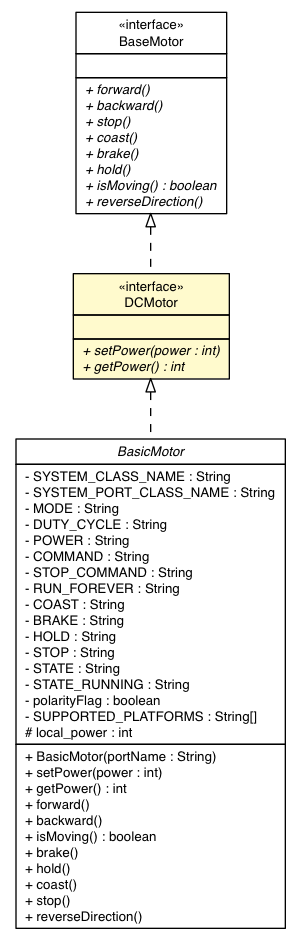
The Graphviz diagram docs/api/lejos/robotics/DCMotor.png in ev3dev-lang-java/ev3dev-lang-java, before a commit. Its source is kept beside it as docs/api/lejos/robotics/DCMotor.dot.
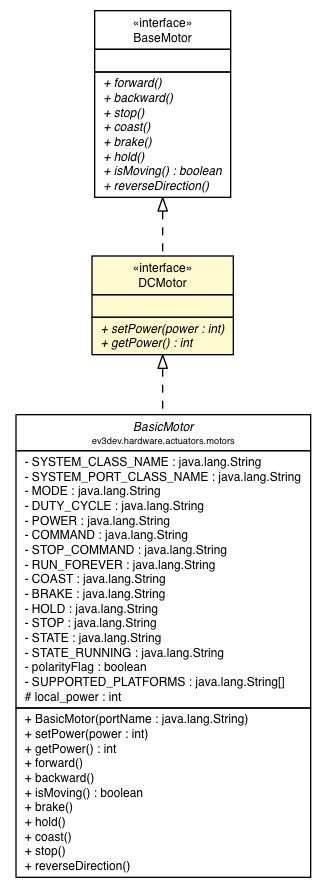
Later version of the same file.

Diff of the diagram source:
```diff
@@ -4,31 +4,32 @@
 	node [fontname="Helvetica",fontsize=10,shape=plaintext];
 	nodesep=0.25;
 	ranksep=0.5;
-	c1983 [label=<<table title="ev3dev.hardware.actuators.motors.BasicMotor" border="0" cellborder="1" cellspacing="0" cellpadding="2" port="p" href="../../ev3dev/hardware/actuators/motors/BasicMotor.html">
+	c1991 [label=<<table title="ev3dev.hardware.actuators.motors.BasicMotor" border="0" cellborder="1" cellspacing="0" cellpadding="2" port="p" href="../../ev3dev/hardware/actuators/motors/BasicMotor.html">
 		<tr><td><table border="0" cellspacing="0" cellpadding="1">
 <tr><td align="center" balign="center"><font face="Helvetica-Oblique"> BasicMotor </font></td></tr>
+<tr><td align="center" balign="center"><font point-size="7.0"> ev3dev.hardware.actuators.motors </font></td></tr>
 		</table></td></tr>
 		<tr><td><table border="0" cellspacing="0" cellpadding="1">
-<tr><td align="left" balign="left"> - SYSTEM_CLASS_NAME : String </td></tr>
-<tr><td align="left" balign="left"> - SYSTEM_PORT_CLASS_NAME : String </td></tr>
-<tr><td align="left" balign="left"> - MODE : String </td></tr>
-<tr><td align="left" balign="left"> - DUTY_CYCLE : String </td></tr>
-<tr><td align="left" balign="left"> - POWER : String </td></tr>
-<tr><td align="left" balign="left"> - COMMAND : String </td></tr>
-<tr><td align="left" balign="left"> - STOP_COMMAND : String </td></tr>
-<tr><td align="left" balign="left"> - RUN_FOREVER : String </td></tr>
-<tr><td align="left" balign="left"> - COAST : String </td></tr>
-<tr><td align="left" balign="left"> - BRAKE : String </td></tr>
-<tr><td align="left" balign="left"> - HOLD : String </td></tr>
-<tr><td align="left" balign="left"> - STOP : String </td></tr>
-<tr><td align="left" balign="left"> - STATE : String </td></tr>
-<tr><td align="left" balign="left"> - STATE_RUNNING : String </td></tr>
+<tr><td align="left" balign="left"> - SYSTEM_CLASS_NAME : java.lang.String </td></tr>
+<tr><td align="left" balign="left"> - SYSTEM_PORT_CLASS_NAME : java.lang.String </td></tr>
+<tr><td align="left" balign="left"> - MODE : java.lang.String </td></tr>
+<tr><td align="left" balign="left"> - DUTY_CYCLE : java.lang.String </td></tr>
+<tr><td align="left" balign="left"> - POWER : java.lang.String </td></tr>
+<tr><td align="left" balign="left"> - COMMAND : java.lang.String </td></tr>
+<tr><td align="left" balign="left"> - STOP_COMMAND : java.lang.String </td></tr>
+<tr><td align="left" balign="left"> - RUN_FOREVER : java.lang.String </td></tr>
+<tr><td align="left" balign="left"> - COAST : java.lang.String </td></tr>
+<tr><td align="left" balign="left"> - BRAKE : java.lang.String </td></tr>
+<tr><td align="left" balign="left"> - HOLD : java.lang.String </td></tr>
+<tr><td align="left" balign="left"> - STOP : java.lang.String </td></tr>
+<tr><td align="left" balign="left"> - STATE : java.lang.String </td></tr>
+<tr><td align="left" balign="left"> - STATE_RUNNING : java.lang.String </td></tr>
 <tr><td align="left" balign="left"> - polarityFlag : boolean </td></tr>
-<tr><td align="left" balign="left"> - SUPPORTED_PLATFORMS : String[] </td></tr>
+<tr><td align="left" balign="left"> - SUPPORTED_PLATFORMS : java.lang.String[] </td></tr>
 <tr><td align="left" balign="left"> # local_power : int </td></tr>
 		</table></td></tr>
 		<tr><td><table border="0" cellspacing="0" cellpadding="1">
-<tr><td align="left" balign="left"> + BasicMotor(portName : String) </td></tr>
+<tr><td align="left" balign="left"> + BasicMotor(portName : java.lang.String) </td></tr>
 <tr><td align="left" balign="left"> + setPower(power : int) </td></tr>
 <tr><td align="left" balign="left"> + getPower() : int </td></tr>
 <tr><td align="left" balign="left"> + forward() </td></tr>
@@ -40,8 +41,8 @@
 <tr><td align="left" balign="left"> + stop() </td></tr>
 <tr><td align="left" balign="left"> + reverseDirection() </td></tr>
 		</table></td></tr>
-		</table>>, URL="../../ev3dev/hardware/actuators/motors/BasicMotor.html", fontname="Helvetica", fontcolor="black", fontsize=10.0];
-	c2019 [label=<<table title="lejos.robotics.BaseMotor" border="0" cellborder="1" cellspacing="0" cellpadding="2" port="p" href="./BaseMotor.html">
+		</table>>, URL="../../ev3dev/hardware/actuators/motors/BasicMotor.html", fontname="Helvetica", fontcolor="black", fontsize=9.0];
+	c2027 [label=<<table title="lejos.robotics.BaseMotor" border="0" cellborder="1" cellspacing="0" cellpadding="2" port="p" href="./BaseMotor.html">
 		<tr><td><table border="0" cellspacing="0" cellpadding="1">
 <tr><td align="center" balign="center"> &#171;interface&#187; </td></tr>
 <tr><td align="center" balign="center"> BaseMotor </td></tr>
@@ -50,17 +51,17 @@
 <tr><td align="left" balign="left">  </td></tr>
 		</table></td></tr>
 		<tr><td><table border="0" cellspacing="0" cellpadding="1">
-<tr><td align="left" balign="left"><font face="Helvetica-Oblique" point-size="10.0"> + forward() </font></td></tr>
-<tr><td align="left" balign="left"><font face="Helvetica-Oblique" point-size="10.0"> + backward() </font></td></tr>
-<tr><td align="left" balign="left"><font face="Helvetica-Oblique" point-size="10.0"> + stop() </font></td></tr>
-<tr><td align="left" balign="left"><font face="Helvetica-Oblique" point-size="10.0"> + coast() </font></td></tr>
-<tr><td align="left" balign="left"><font face="Helvetica-Oblique" point-size="10.0"> + brake() </font></td></tr>
-<tr><td align="left" balign="left"><font face="Helvetica-Oblique" point-size="10.0"> + hold() </font></td></tr>
-<tr><td align="left" balign="left"><font face="Helvetica-Oblique" point-size="10.0"> + isMoving() : boolean </font></td></tr>
-<tr><td align="left" balign="left"><font face="Helvetica-Oblique" point-size="10.0"> + reverseDirection() </font></td></tr>
+<tr><td align="left" balign="left"><font face="Helvetica-Oblique" point-size="9.0"> + forward() </font></td></tr>
+<tr><td align="left" balign="left"><font face="Helvetica-Oblique" point-size="9.0"> + backward() </font></td></tr>
+<tr><td align="left" balign="left"><font face="Helvetica-Oblique" point-size="9.0"> + stop() </font></td></tr>
+<tr><td align="left" balign="left"><font face="Helvetica-Oblique" point-size="9.0"> + coast() </font></td></tr>
+<tr><td align="left" balign="left"><font face="Helvetica-Oblique" point-size="9.0"> + brake() </font></td></tr>
+<tr><td align="left" balign="left"><font face="Helvetica-Oblique" point-size="9.0"> + hold() </font></td></tr>
+<tr><td align="left" balign="left"><font face="Helvetica-Oblique" point-size="9.0"> + isMoving() : boolean </font></td></tr>
+<tr><td align="left" balign="left"><font face="Helvetica-Oblique" point-size="9.0"> + reverseDirection() </font></td></tr>
 		</table></td></tr>
-		</table>>, URL="./BaseMotor.html", fontname="Helvetica", fontcolor="black", fontsize=10.0];
-	c2023 [label=<<table title="lejos.robotics.DCMotor" border="0" cellborder="1" cellspacing="0" cellpadding="2" port="p" bgcolor="lemonChiffon" href="./DCMotor.html">
+		</table>>, URL="./BaseMotor.html", fontname="Helvetica", fontcolor="black", fontsize=9.0];
+	c2031 [label=<<table title="lejos.robotics.DCMotor" border="0" cellborder="1" cellspacing="0" cellpadding="2" port="p" bgcolor="lemonChiffon" href="./DCMotor.html">
 		<tr><td><table border="0" cellspacing="0" cellpadding="1">
 <tr><td align="center" balign="center"> &#171;interface&#187; </td></tr>
 <tr><td align="center" balign="center"> DCMotor </td></tr>
@@ -69,10 +70,10 @@
 <tr><td align="left" balign="left">  </td></tr>
 		</table></td></tr>
 		<tr><td><table border="0" cellspacing="0" cellpadding="1">
-<tr><td align="left" balign="left"><font face="Helvetica-Oblique" point-size="10.0"> + setPower(power : int) </font></td></tr>
-<tr><td align="left" balign="left"><font face="Helvetica-Oblique" point-size="10.0"> + getPower() : int </font></td></tr>
+<tr><td align="left" balign="left"><font face="Helvetica-Oblique" point-size="9.0"> + setPower(power : int) </font></td></tr>
+<tr><td align="left" balign="left"><font face="Helvetica-Oblique" point-size="9.0"> + getPower() : int </font></td></tr>
 		</table></td></tr>
-		</table>>, URL="./DCMotor.html", fontname="Helvetica", fontcolor="black", fontsize=10.0];
-	c2023:p -> c1983:p [dir=back,arrowtail=empty,style=dashed];
-	c2019:p -> c2023:p [dir=back,arrowtail=empty,style=dashed];
+		</table>>, URL="./DCMotor.html", fontname="Helvetica", fontcolor="black", fontsize=9.0];
+	c2031:p -> c1991:p [dir=back,arrowtail=empty,style=dashed];
+	c2027:p -> c2031:p [dir=back,arrowtail=empty,style=dashed];
 }
```
